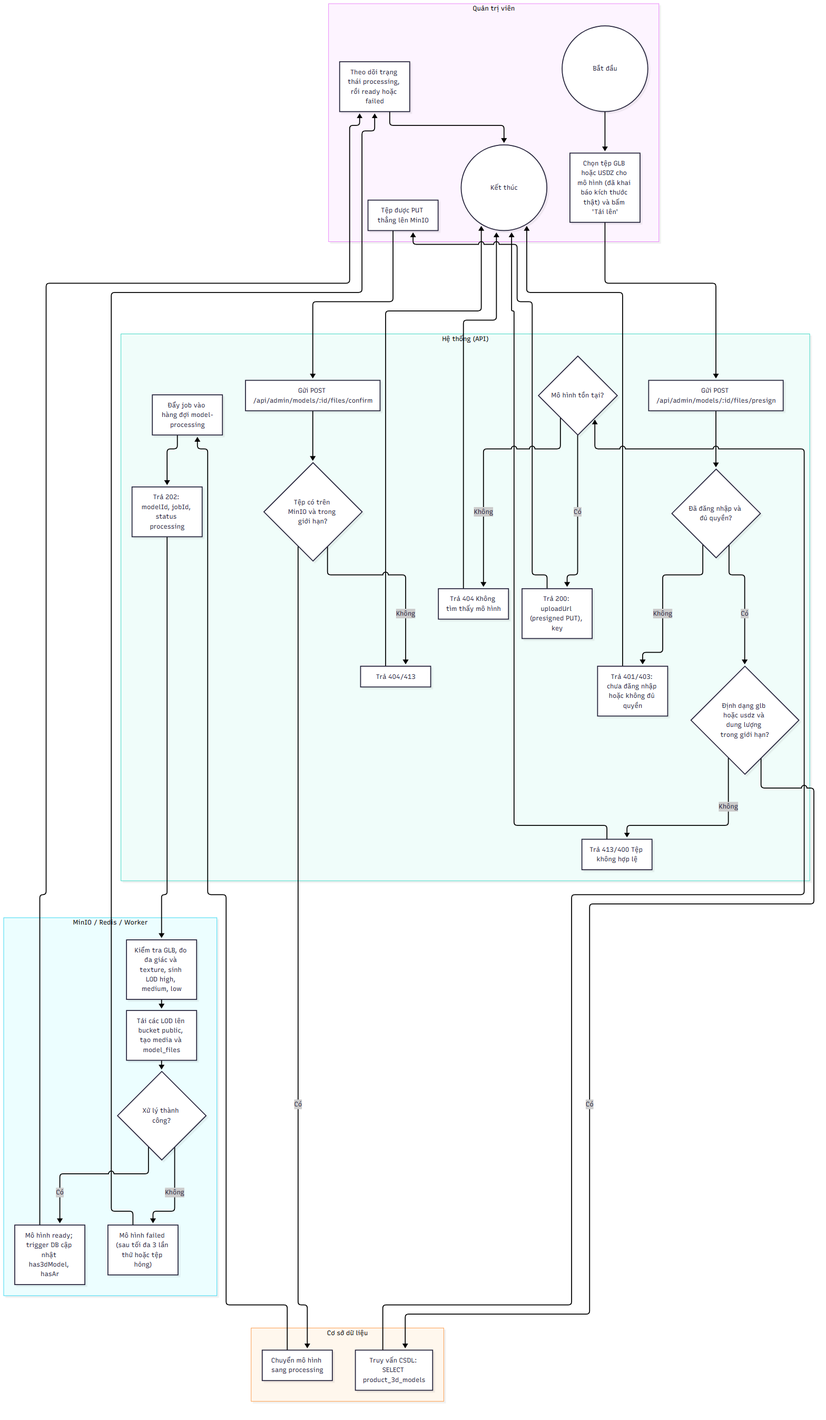
Above: docs/diagrams/png/activity_UC-ADM-13_tai-va-quan-ly-mo-hinh-3d-san-pham.png in 2431540234-arch/XDUDTMDT (Mermaid), before the change. Its source is kept beside it as docs/diagrams/src/activity_UC-ADM-13_tai-va-quan-ly-mo-hinh-3d-san-pham.mmd.
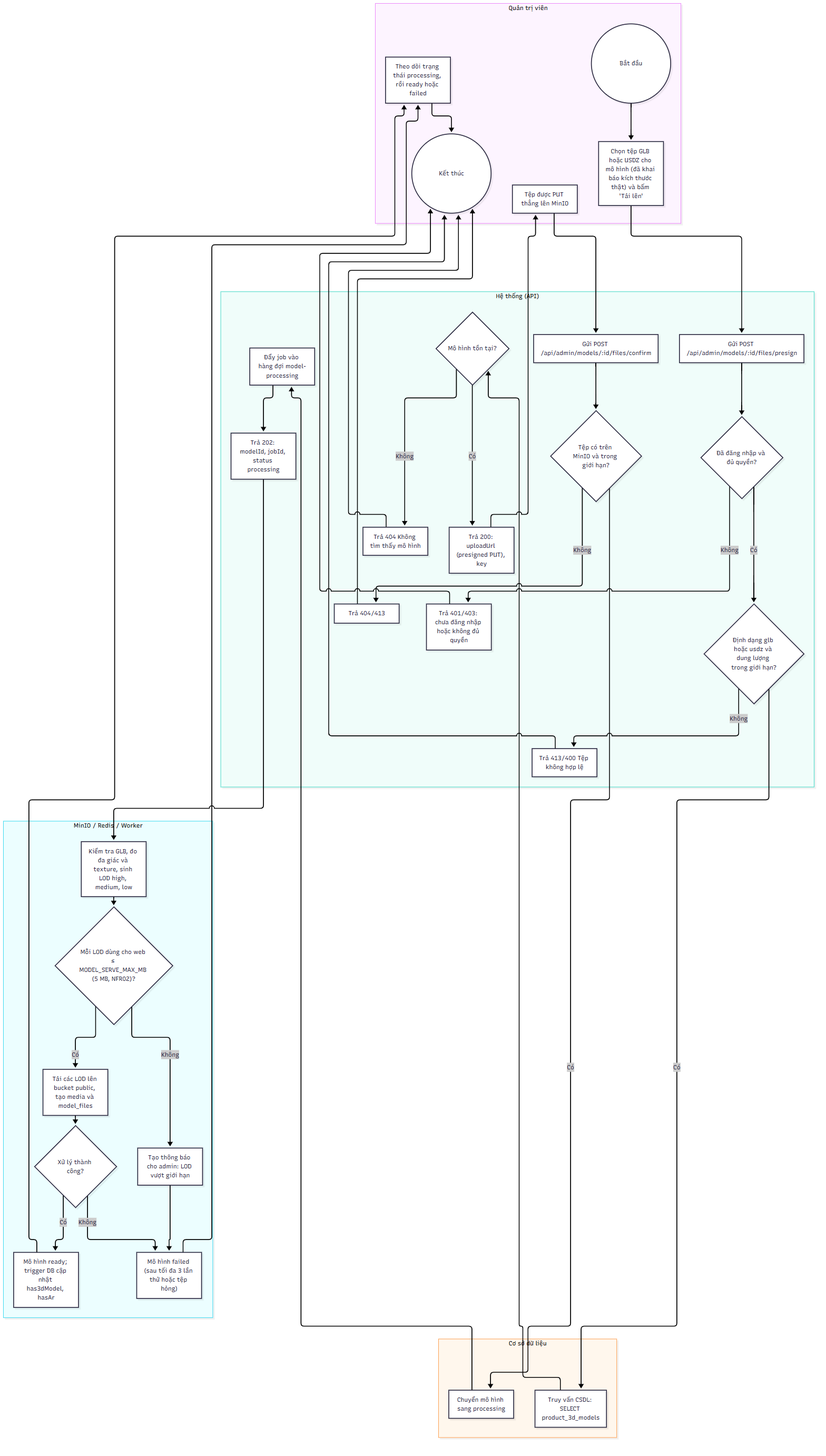
Later version of the same file.

What changed in the source:
```diff
@@ -27,6 +27,8 @@
     end
     subgraph LANE_X["MinIO / Redis / Worker"]
         n15["Kiểm tra GLB, đo đa giác và texture, sinh LOD high, medium, low"]
+        n15b{"Mỗi LOD dùng cho web ≤ MODEL_SERVE_MAX_MB (5 MB, NFR02)?"}
+        n15c["Tạo thông báo cho admin: LOD vượt giới hạn"]
         n16["Tải các LOD lên bucket public, tạo media và model_files"]
         n17{"Xử lý thành công?"}
         n19["Mô hình ready; trigger DB cập nhật has3dModel, hasAr"]
@@ -50,7 +52,10 @@
     n18 --> n21
     n21 --> n22
     n22 --> n15
-    n15 --> n16
+    n15 --> n15b
+    n15b -->|"Có"| n16
+    n15b -->|"Không"| n15c
+    n15c --> n20
     n16 --> n17
     n17 -->|"Có"| n19
     n17 -->|"Không"| n20
```
